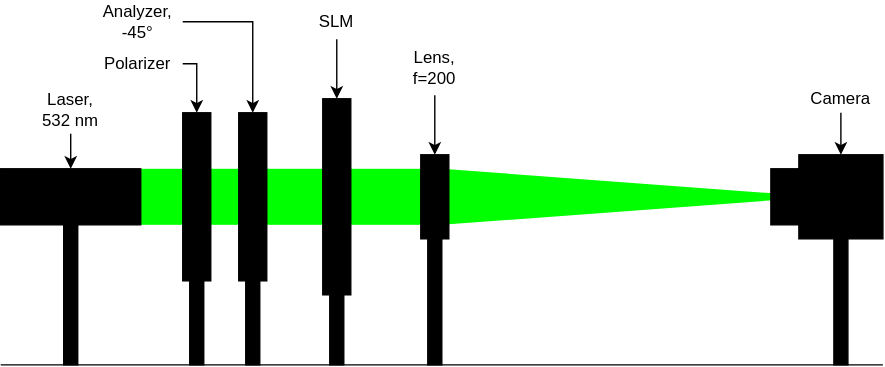
Earlier version of the draw.io export documentation/images/setup_4.svg (nbaehler/mask-designer). Source tidied: cells renumbered, new cells last; positions are measured from the earlier drawing's top-left corner, leaving out a move shared by most shapes.
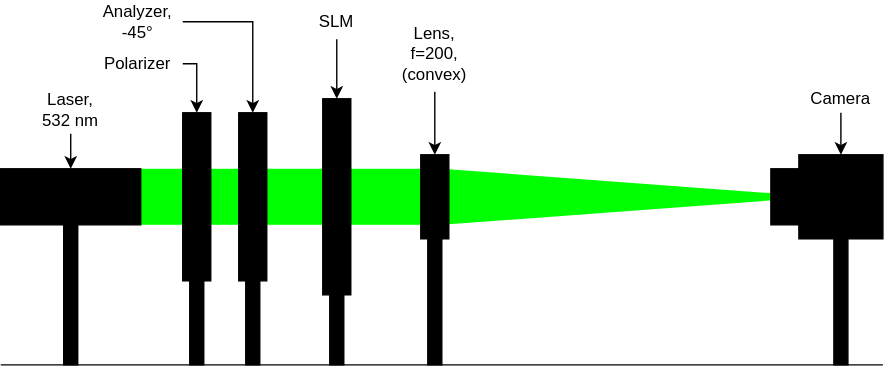
After the change.

Diff of the diagram source:
```diff
@@ -41,8 +41,8 @@
     <mxCell id="13" style="edgeStyle=none;html=1;rounded=0;" parent="1" edge="1" source="14" target="15">
       <mxGeometry relative="1" as="geometry" />
     </mxCell>
-    <mxCell id="14" value="&lt;div&gt;Lens,&lt;/div&gt;&lt;div&gt;f=200&lt;br&gt;&lt;/div&gt;" style="text;html=1;strokeColor=none;fillColor=none;align=center;verticalAlign=middle;whiteSpace=wrap;rounded=0;" parent="1" vertex="1">
-      <mxGeometry x="280" y="27.5" width="60" height="40" as="geometry" />
+    <mxCell id="14" value="&lt;div&gt;Lens,&lt;/div&gt;&lt;div&gt;f=200,&lt;br&gt;&lt;/div&gt;&lt;div&gt;(convex)&lt;br&gt;&lt;/div&gt;" style="text;html=1;strokeColor=none;fillColor=none;align=center;verticalAlign=middle;whiteSpace=wrap;rounded=0;" parent="1" vertex="1">
+      <mxGeometry x="280" y="10" width="60" height="55" as="geometry" />
     </mxCell>
     <mxCell id="15" style="rounded=0;whiteSpace=wrap;html=1;fillColor=#000000;" parent="1" vertex="1">
       <mxGeometry x="300" y="110" width="20" height="60" as="geometry" />
```
